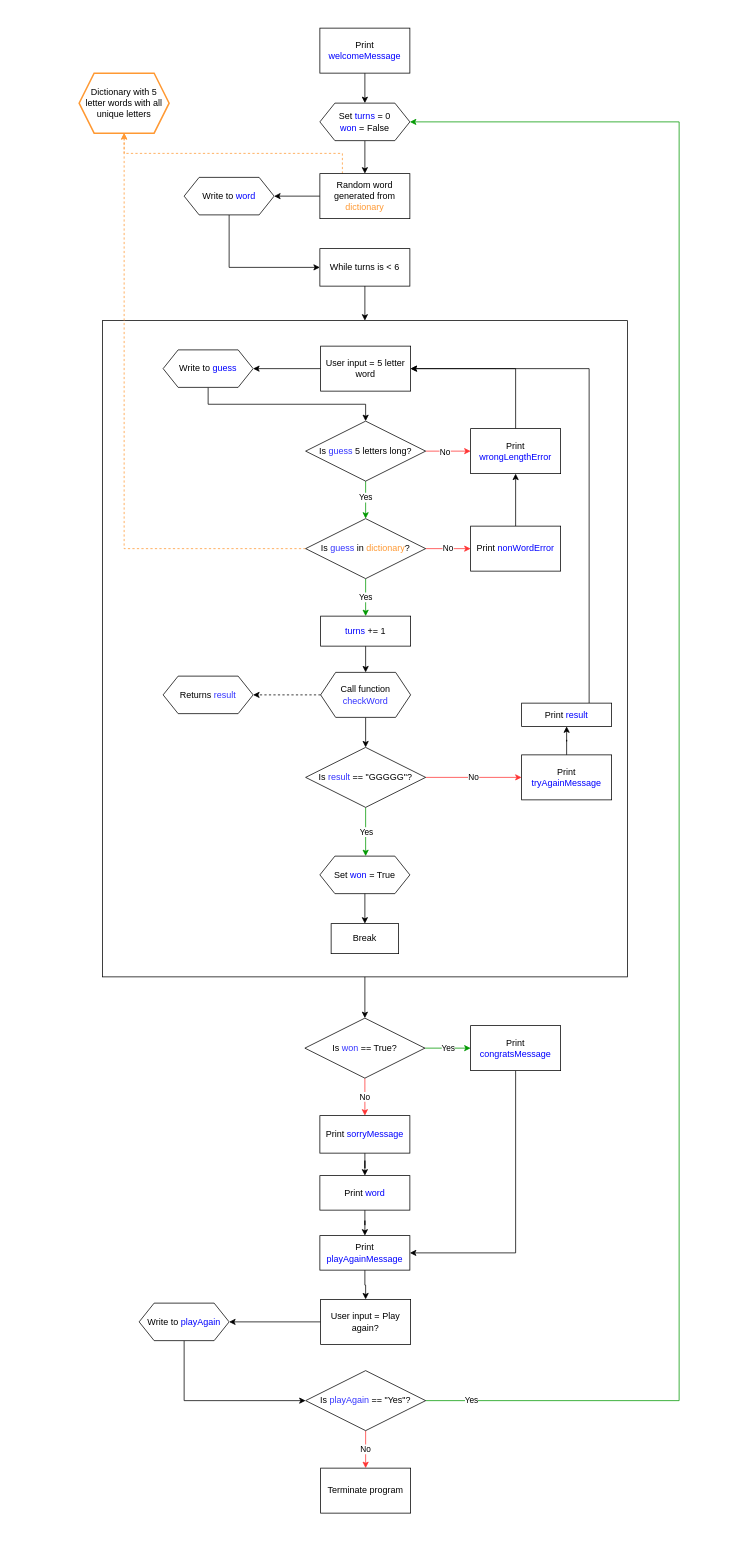
Earlier version of the draw.io diagram page "Main" (1 of 2) of wordle/logic.drawio (bansuri1/pythongames). Source tidied: cells renumbered, new cells numbered last; positions are measured from the earlier drawing's top-left corner, leaving out a move shared by most shapes. Both pictures are drawn from the tidied source at 75%, with x=0, y=0 at pixel (13, 13).
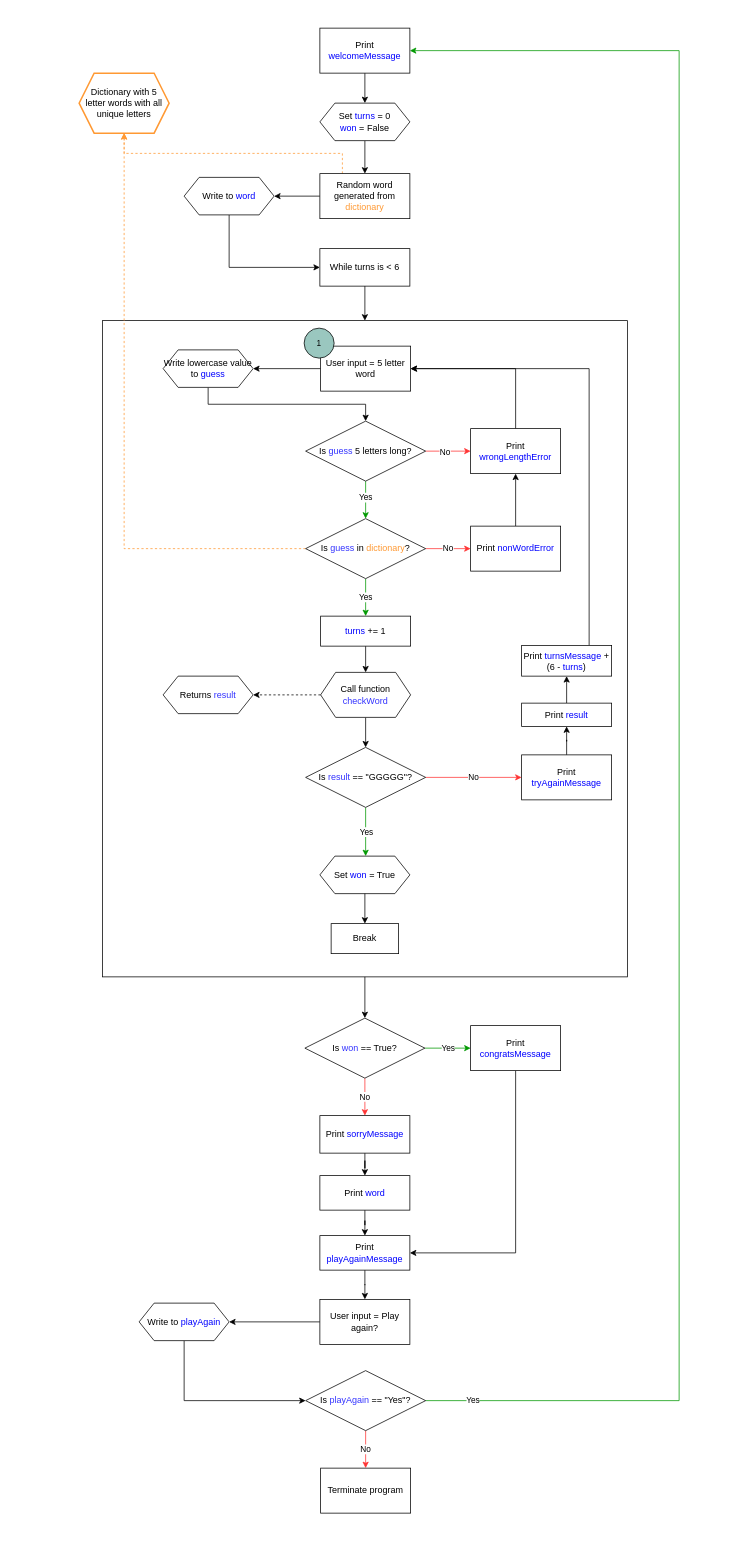
Above is the later version.

Unchanged cells that the change refers to:
```xml
<mxCell id="10" value="User input = 5 letter word" style="rounded=0;whiteSpace=wrap;html=1;" parent="1" vertex="1">
  <mxGeometry x="410" y="444" width="120" height="60" as="geometry" />
</mxCell>
<mxCell id="34" value="Set &lt;font color=&quot;#0000ff&quot;&gt;turns &lt;/font&gt;= 0&lt;br&gt;&lt;span style=&quot;color: rgb(0 , 0 , 255)&quot;&gt;won&amp;nbsp;&lt;/span&gt;= False" style="shape=hexagon;perimeter=hexagonPerimeter2;whiteSpace=wrap;html=1;fixedSize=1;" parent="1" vertex="1">
  <mxGeometry x="409" y="120" width="120" height="50" as="geometry" />
</mxCell>
<mxCell id="43" value="&lt;font color=&quot;#000000&quot;&gt;Is &lt;/font&gt;&lt;font color=&quot;#3333ff&quot;&gt;playAgain&amp;nbsp;&lt;/font&gt;&lt;font color=&quot;#000000&quot;&gt;== &quot;Yes&quot;?&lt;/font&gt;" style="rhombus;whiteSpace=wrap;html=1;fontColor=#0000FF;" parent="1" vertex="1">
  <mxGeometry x="390" y="1810" width="160" height="80" as="geometry" />
</mxCell>
<mxCell id="53" value="&lt;font color=&quot;#000000&quot;&gt;Print &lt;/font&gt;&lt;font color=&quot;#0000ff&quot;&gt;welcomeMessage&lt;/font&gt;" style="rounded=0;whiteSpace=wrap;html=1;fontColor=#FF9933;strokeColor=#000000;strokeWidth=1;fillColor=#FFFFFF;" parent="1" vertex="1">
  <mxGeometry x="409" y="20" width="120" height="60" as="geometry" />
</mxCell>
<mxCell id="68" value="&lt;font color=&quot;#000000&quot;&gt;Print &lt;/font&gt;result" style="rounded=0;whiteSpace=wrap;html=1;fontColor=#0000FF;strokeColor=#000000;strokeWidth=1;fillColor=#FFFFFF;" parent="1" vertex="1">
  <mxGeometry x="678" y="920" width="120" height="31" as="geometry" />
</mxCell>
```

What changed in the source:
```diff
@@
-    <mxCell id="12" value="Write to &lt;font color=&quot;#0000ff&quot;&gt;guess&lt;/font&gt;" style="shape=hexagon;perimeter=hexagonPerimeter2;whiteSpace=wrap;html=1;fixedSize=1;" parent="1" vertex="1">
+    <mxCell id="12" value="Write lowercase value to &lt;font color=&quot;#0000ff&quot;&gt;guess&lt;/font&gt;" style="shape=hexagon;perimeter=hexagonPerimeter2;whiteSpace=wrap;html=1;fixedSize=1;" parent="1" vertex="1">
       <mxGeometry x="200" y="449" width="120" height="50" as="geometry" />
     </mxCell>
@@
     <mxCell id="38" value="&lt;font color=&quot;#000000&quot;&gt;User input = Play again?&lt;/font&gt;" style="rounded=0;whiteSpace=wrap;html=1;fontColor=#0000FF;" parent="1" vertex="1">
-      <mxGeometry x="410" y="1715" width="120" height="60" as="geometry" />
+      <mxGeometry x="409" y="1715" width="120" height="60" as="geometry" />
     </mxCell>
@@
-    <mxCell id="42" value="Yes" style="edgeStyle=orthogonalEdgeStyle;rounded=0;jettySize=auto;html=1;exitX=1;exitY=0.5;exitDx=0;exitDy=0;fontColor=#000000;entryX=1;entryY=0.5;entryDx=0;entryDy=0;strokeColor=#009900;" parent="1" edge="1" source="43" target="34">
+    <mxCell id="42" value="Yes" style="edgeStyle=orthogonalEdgeStyle;rounded=0;jettySize=auto;html=1;exitX=1;exitY=0.5;exitDx=0;exitDy=0;fontColor=#000000;entryX=1;entryY=0.5;entryDx=0;entryDy=0;strokeColor=#009900;" parent="1" edge="1" source="43" target="53">
       <mxGeometry x="-0.95" relative="1" as="geometry">
         <Array as="points">
           <mxPoint x="888" y="1850" />
-          <mxPoint x="888" y="145" />
+          <mxPoint x="888" y="50" />
         </Array>
         <mxPoint x="1" as="offset" />
       </mxGeometry>
     </mxCell>
@@
-    <mxCell id="54" style="edgeStyle=orthogonalEdgeStyle;rounded=0;jettySize=auto;html=1;exitX=0.75;exitY=0;exitDx=0;exitDy=0;entryX=1;entryY=0.5;entryDx=0;entryDy=0;fontColor=#000000;strokeColor=default;strokeWidth=1;startArrow=none;" parent="1" edge="1" source="68" target="10">
+    <mxCell id="54" style="edgeStyle=orthogonalEdgeStyle;rounded=0;jettySize=auto;html=1;exitX=0.75;exitY=0;exitDx=0;exitDy=0;entryX=1;entryY=0.5;entryDx=0;entryDy=0;fontColor=#000000;strokeColor=default;strokeWidth=1;startArrow=none;" parent="1" edge="1" source="71" target="10">
       <mxGeometry relative="1" as="geometry" />
     </mxCell>
@@
+    <mxCell id="69" style="edgeStyle=orthogonalEdgeStyle;rounded=0;jettySize=auto;html=1;exitX=0.5;exitY=0;exitDx=0;exitDy=0;entryX=0.5;entryY=1;entryDx=0;entryDy=0;fontSize=11;fontColor=#000000;strokeColor=#000000;strokeWidth=1;" parent="1" edge="1" source="68" target="71">
+      <mxGeometry relative="1" as="geometry" />
+    </mxCell>
@@
+    <mxCell id="70" value="1" style="ellipse;whiteSpace=wrap;html=1;fontSize=11;fontColor=#000000;strokeColor=#000000;strokeWidth=1;fillColor=#9AC7BF;" parent="1" vertex="1">
+      <mxGeometry x="388" y="420" width="40" height="40" as="geometry" />
+    </mxCell>
+    <mxCell id="71" value="&lt;font color=&quot;#000000&quot;&gt;Print &lt;/font&gt;turnsMessage &lt;font color=&quot;#000000&quot;&gt;+ (6 - &lt;/font&gt;turns&lt;font color=&quot;#000000&quot;&gt;)&lt;/font&gt;" style="rounded=0;whiteSpace=wrap;html=1;fontColor=#0000FF;strokeColor=#000000;strokeWidth=1;fillColor=#FFFFFF;" parent="1" vertex="1">
+      <mxGeometry x="678" y="843" width="120" height="41" as="geometry" />
+    </mxCell>
```
